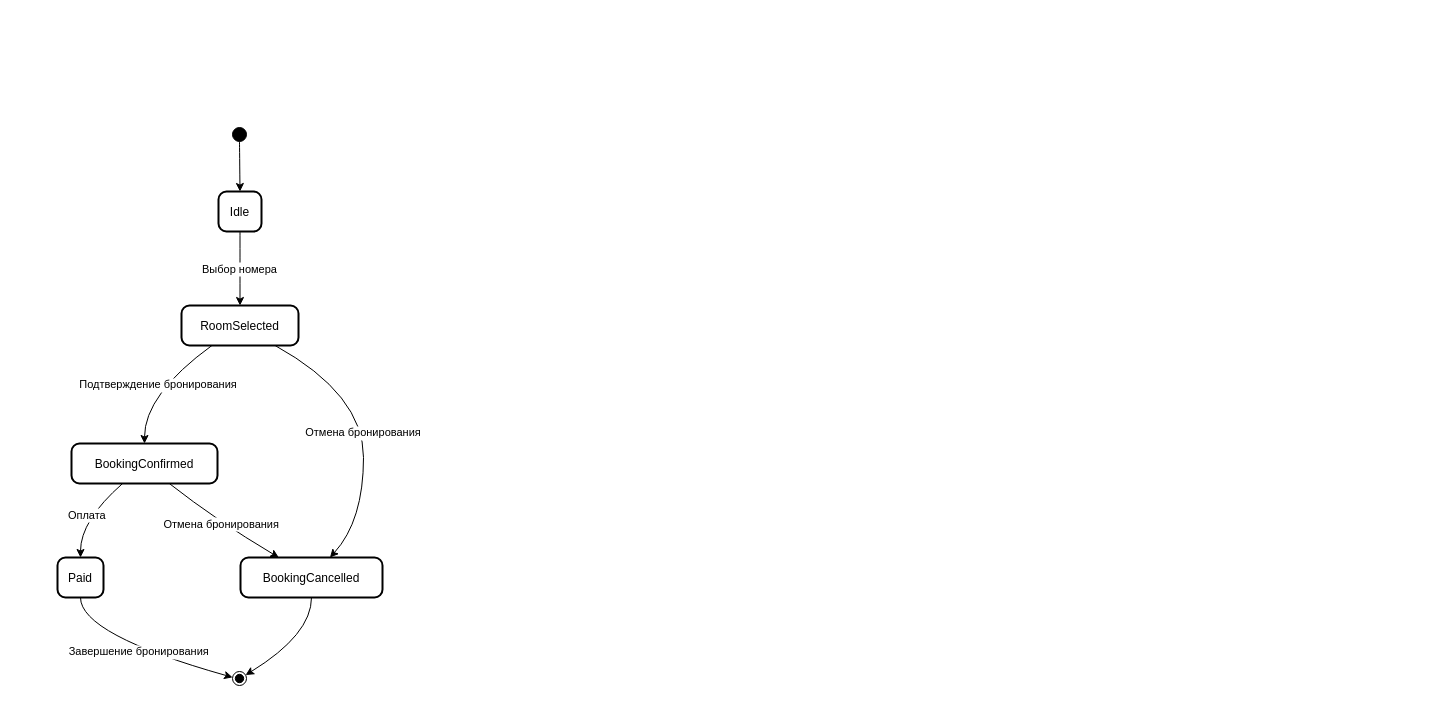
Before: 13ModLab.drawio in lolaaa12/13MOdulLab, a draw.io diagram. Source tidied: cells renumbered, new cells numbered last; positions are measured from the earlier drawing's top-left corner, leaving out a move shared by most shapes. Both pictures are drawn from the tidied source at 100%, with x=0, y=0 at pixel (57, 127).
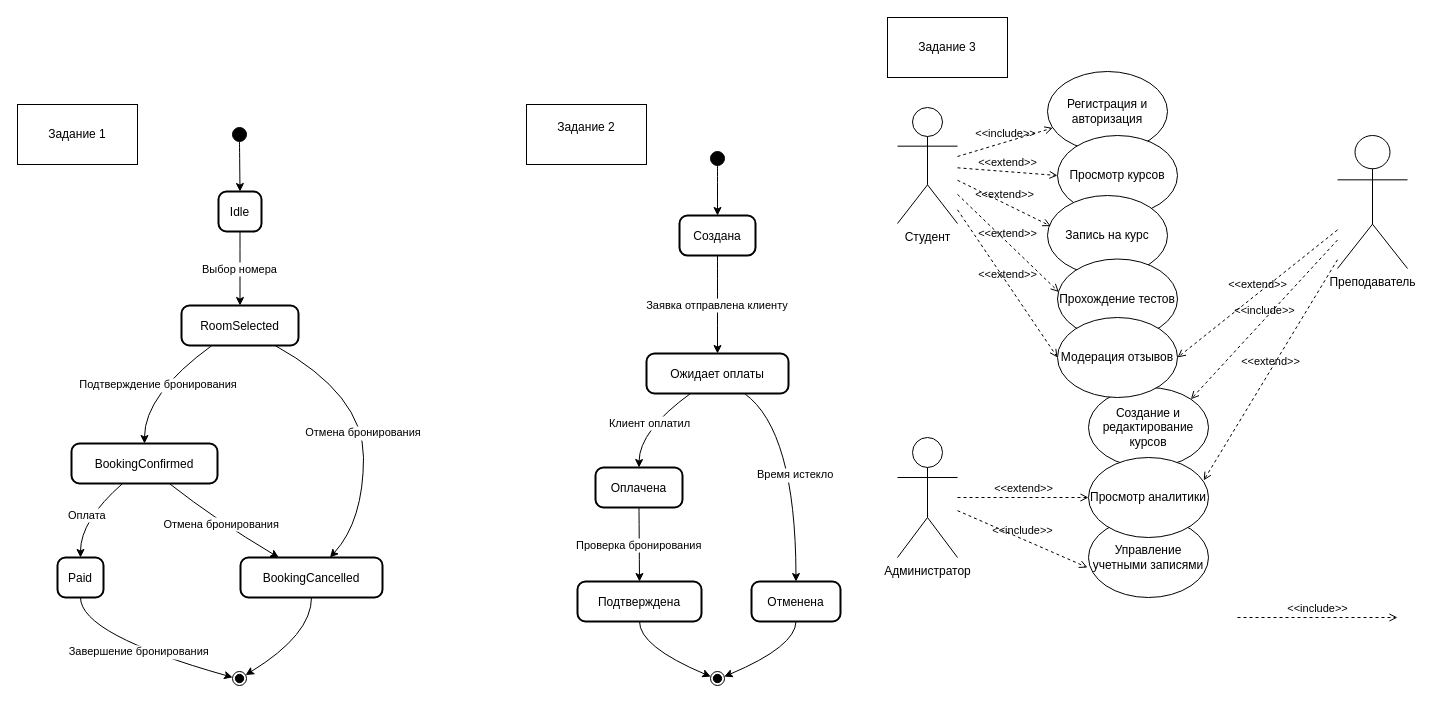
The same diagram, later.

Diff of the diagram source:
```diff
@@
+    <mxCell id="17" style="ellipse;fillColor=strokeColor;" parent="1" vertex="1">
+      <mxGeometry x="653" y="24" width="14" height="14" as="geometry" />
+    </mxCell>
+    <mxCell id="18" value="Создана" style="rounded=1;arcSize=20;strokeWidth=2;" parent="1" vertex="1">
+      <mxGeometry x="622" y="88" width="76" height="40" as="geometry" />
+    </mxCell>
+    <mxCell id="19" value="Ожидает оплаты" style="rounded=1;arcSize=20;strokeWidth=2;" parent="1" vertex="1">
+      <mxGeometry x="589" y="226" width="142" height="40" as="geometry" />
+    </mxCell>
+    <mxCell id="20" value="Оплачена" style="rounded=1;arcSize=20;strokeWidth=2;" parent="1" vertex="1">
+      <mxGeometry x="538" y="340" width="87" height="40" as="geometry" />
+    </mxCell>
+    <mxCell id="21" value="Отменена" style="rounded=1;arcSize=20;strokeWidth=2;" parent="1" vertex="1">
+      <mxGeometry x="694" y="454" width="89" height="40" as="geometry" />
+    </mxCell>
+    <mxCell id="22" value="Подтверждена" style="rounded=1;arcSize=20;strokeWidth=2;" parent="1" vertex="1">
+      <mxGeometry x="520" y="454" width="124" height="40" as="geometry" />
+    </mxCell>
+    <mxCell id="23" style="ellipse;shape=endState;fillColor=strokeColor;" parent="1" vertex="1">
+      <mxGeometry x="653" y="544" width="14" height="14" as="geometry" />
+    </mxCell>
+    <mxCell id="24" style="curved=1;startArrow=none;exitX=0.5;exitY=1;entryX=0.5;entryY=0;rounded=0;" parent="1" edge="1" source="17" target="18">
+      <mxGeometry relative="1" as="geometry" />
+    </mxCell>
+    <mxCell id="25" value="Заявка отправлена клиенту" style="curved=1;startArrow=none;exitX=0.5;exitY=1;entryX=0.5;entryY=0;rounded=0;" parent="1" edge="1" source="18" target="19">
+      <mxGeometry relative="1" as="geometry" />
+    </mxCell>
+    <mxCell id="26" value="Клиент оплатил" style="curved=1;startArrow=none;exitX=0.31;exitY=1;entryX=0.5;entryY=0;rounded=0;" parent="1" edge="1" source="19" target="20">
+      <mxGeometry relative="1" as="geometry">
+        <Array as="points">
+          <mxPoint x="582" y="303" />
+        </Array>
+      </mxGeometry>
+    </mxCell>
+    <mxCell id="27" value="Время истекло" style="curved=1;startArrow=none;exitX=0.69;exitY=1;entryX=0.5;entryY=0;rounded=0;" parent="1" edge="1" source="19" target="21">
+      <mxGeometry relative="1" as="geometry">
+        <Array as="points">
+          <mxPoint x="738" y="303" />
+        </Array>
+      </mxGeometry>
+    </mxCell>
+    <mxCell id="28" value="Проверка бронирования" style="curved=1;startArrow=none;exitX=0.5;exitY=1;entryX=0.5;entryY=0;rounded=0;" parent="1" edge="1" source="20" target="22">
+      <mxGeometry relative="1" as="geometry" />
+    </mxCell>
+    <mxCell id="29" style="curved=1;startArrow=none;exitX=0.5;exitY=1;entryX=0;entryY=0.3;rounded=0;" parent="1" edge="1" source="22" target="23">
+      <mxGeometry relative="1" as="geometry">
+        <Array as="points">
+          <mxPoint x="582" y="519" />
+        </Array>
+      </mxGeometry>
+    </mxCell>
+    <mxCell id="30" style="curved=1;startArrow=none;exitX=0.5;exitY=1;entryX=1;entryY=0.3;rounded=0;" parent="1" edge="1" source="21" target="23">
+      <mxGeometry relative="1" as="geometry">
+        <Array as="points">
+          <mxPoint x="738" y="519" />
+        </Array>
+      </mxGeometry>
+    </mxCell>
+    <mxCell id="31" value="Задание 1" style="rounded=0;whiteSpace=wrap;html=1;" parent="1" vertex="1">
+      <mxGeometry x="-40" y="-23" width="120" height="60" as="geometry" />
+    </mxCell>
+    <mxCell id="32" value="Задание 2&lt;div&gt;&lt;br&gt;&lt;/div&gt;" style="rounded=0;whiteSpace=wrap;html=1;" parent="1" vertex="1">
+      <mxGeometry x="469" y="-23" width="120" height="60" as="geometry" />
+    </mxCell>
+    <mxCell id="33" value="Студент" style="shape=umlActor;verticalLabelPosition=bottom;verticalAlign=top;html=1;outlineConnect=0;" parent="1" vertex="1">
+      <mxGeometry x="840" y="-20" width="60" height="116" as="geometry" />
+    </mxCell>
+    <mxCell id="34" value="Преподаватель" style="shape=umlActor;verticalLabelPosition=bottom;verticalAlign=top;html=1;outlineConnect=0;" parent="1" vertex="1">
+      <mxGeometry x="1280" y="8" width="70" height="133" as="geometry" />
+    </mxCell>
+    <mxCell id="35" value="Администратор" style="shape=umlActor;verticalLabelPosition=bottom;verticalAlign=top;html=1;outlineConnect=0;" parent="1" vertex="1">
+      <mxGeometry x="840" y="310" width="60" height="120" as="geometry" />
+    </mxCell>
+    <mxCell id="36" value="Регистрация и авторизация" style="ellipse;whiteSpace=wrap;html=1;" parent="1" vertex="1">
+      <mxGeometry x="990" y="-56" width="120" height="80" as="geometry" />
+    </mxCell>
+    <mxCell id="37" value="Просмотр курсов" style="ellipse;whiteSpace=wrap;html=1;" parent="1" vertex="1">
+      <mxGeometry x="1000" y="8" width="120" height="80" as="geometry" />
+    </mxCell>
+    <mxCell id="38" value="Запись на курс" style="ellipse;whiteSpace=wrap;html=1;" parent="1" vertex="1">
+      <mxGeometry x="990" y="68" width="120" height="80" as="geometry" />
+    </mxCell>
+    <mxCell id="39" value="Прохождение тестов" style="ellipse;whiteSpace=wrap;html=1;" parent="1" vertex="1">
+      <mxGeometry x="1000" y="131.5" width="120" height="80" as="geometry" />
+    </mxCell>
+    <mxCell id="40" value="Создание и редактирование курсов" style="ellipse;whiteSpace=wrap;html=1;" parent="1" vertex="1">
+      <mxGeometry x="1031" y="260" width="120" height="80" as="geometry" />
+    </mxCell>
+    <mxCell id="41" value="Модерация отзывов" style="ellipse;whiteSpace=wrap;html=1;" parent="1" vertex="1">
+      <mxGeometry x="1000" y="190" width="120" height="80" as="geometry" />
+    </mxCell>
+    <mxCell id="42" value="Управление учетными записями" style="ellipse;whiteSpace=wrap;html=1;" parent="1" vertex="1">
+      <mxGeometry x="1031" y="390" width="120" height="80" as="geometry" />
+    </mxCell>
+    <mxCell id="43" value="Просмотр аналитики" style="ellipse;whiteSpace=wrap;html=1;" parent="1" vertex="1">
+      <mxGeometry x="1031" y="330" width="120" height="80" as="geometry" />
+    </mxCell>
+    <mxCell id="44" value="&amp;lt;&amp;lt;include&amp;gt;&amp;gt;" style="html=1;verticalAlign=bottom;labelBackgroundColor=none;endArrow=open;endFill=0;dashed=1;rounded=0;" parent="1" edge="1">
+      <mxGeometry relative="1" as="geometry">
+        <mxPoint x="1180" y="490" as="sourcePoint" />
+        <mxPoint x="1340" y="490" as="targetPoint" />
+      </mxGeometry>
+    </mxCell>
+    <mxCell id="45" value="&amp;lt;&amp;lt;include&amp;gt;&amp;gt;" style="html=1;verticalAlign=bottom;labelBackgroundColor=none;endArrow=open;endFill=0;dashed=1;rounded=0;" parent="1" edge="1" source="33" target="36">
+      <mxGeometry relative="1" as="geometry" />
+    </mxCell>
+    <mxCell id="46" value="&amp;lt;&amp;lt;extend&amp;gt;&amp;gt;" style="html=1;verticalAlign=bottom;labelBackgroundColor=none;endArrow=open;endFill=0;dashed=1;rounded=0;entryX=0;entryY=0.5;entryDx=0;entryDy=0;" parent="1" edge="1" source="33" target="37">
+      <mxGeometry relative="1" as="geometry" />
+    </mxCell>
+    <mxCell id="47" value="&amp;lt;&amp;lt;extend&amp;gt;&amp;gt;" style="html=1;verticalAlign=bottom;labelBackgroundColor=none;endArrow=open;endFill=0;dashed=1;rounded=0;entryX=0.028;entryY=0.383;entryDx=0;entryDy=0;entryPerimeter=0;" parent="1" edge="1" source="33" target="38">
+      <mxGeometry relative="1" as="geometry" />
+    </mxCell>
+    <mxCell id="48" value="&amp;lt;&amp;lt;extend&amp;gt;&amp;gt;" style="html=1;verticalAlign=bottom;labelBackgroundColor=none;endArrow=open;endFill=0;dashed=1;rounded=0;entryX=0.011;entryY=0.412;entryDx=0;entryDy=0;entryPerimeter=0;" parent="1" edge="1" source="33" target="39">
+      <mxGeometry relative="1" as="geometry" />
+    </mxCell>
+    <mxCell id="49" value="&amp;lt;&amp;lt;extend&amp;gt;&amp;gt;" style="html=1;verticalAlign=bottom;labelBackgroundColor=none;endArrow=open;endFill=0;dashed=1;rounded=0;entryX=0;entryY=0.5;entryDx=0;entryDy=0;" parent="1" edge="1" source="33" target="41">
+      <mxGeometry relative="1" as="geometry" />
+    </mxCell>
+    <mxCell id="50" value="&amp;lt;&amp;lt;include&amp;gt;&amp;gt;" style="html=1;verticalAlign=bottom;labelBackgroundColor=none;endArrow=open;endFill=0;dashed=1;rounded=0;entryX=1;entryY=0;entryDx=0;entryDy=0;" parent="1" edge="1" source="34" target="40">
+      <mxGeometry relative="1" as="geometry" />
+    </mxCell>
+    <mxCell id="51" value="&amp;lt;&amp;lt;extend&amp;gt;&amp;gt;" style="html=1;verticalAlign=bottom;labelBackgroundColor=none;endArrow=open;endFill=0;dashed=1;rounded=0;entryX=0.96;entryY=0.286;entryDx=0;entryDy=0;entryPerimeter=0;" parent="1" edge="1" source="34" target="43">
+      <mxGeometry relative="1" as="geometry" />
+    </mxCell>
+    <mxCell id="52" value="&amp;lt;&amp;lt;extend&amp;gt;&amp;gt;" style="html=1;verticalAlign=bottom;labelBackgroundColor=none;endArrow=open;endFill=0;dashed=1;rounded=0;entryX=1;entryY=0.5;entryDx=0;entryDy=0;" parent="1" edge="1" source="34" target="41">
+      <mxGeometry relative="1" as="geometry" />
+    </mxCell>
+    <mxCell id="53" value="&amp;lt;&amp;lt;include&amp;gt;&amp;gt;" style="html=1;verticalAlign=bottom;labelBackgroundColor=none;endArrow=open;endFill=0;dashed=1;rounded=0;" parent="1" edge="1" source="35">
+      <mxGeometry relative="1" as="geometry">
+        <mxPoint x="1030" y="440" as="targetPoint" />
+      </mxGeometry>
+    </mxCell>
+    <mxCell id="54" value="&amp;lt;&amp;lt;extend&amp;gt;&amp;gt;" style="html=1;verticalAlign=bottom;labelBackgroundColor=none;endArrow=open;endFill=0;dashed=1;rounded=0;entryX=0;entryY=0.5;entryDx=0;entryDy=0;" parent="1" edge="1" source="35" target="43">
+      <mxGeometry relative="1" as="geometry" />
+    </mxCell>
+    <mxCell id="55" value="Задание 3" style="rounded=0;whiteSpace=wrap;html=1;" parent="1" vertex="1">
+      <mxGeometry x="830" y="-110" width="120" height="60" as="geometry" />
+    </mxCell>
```
